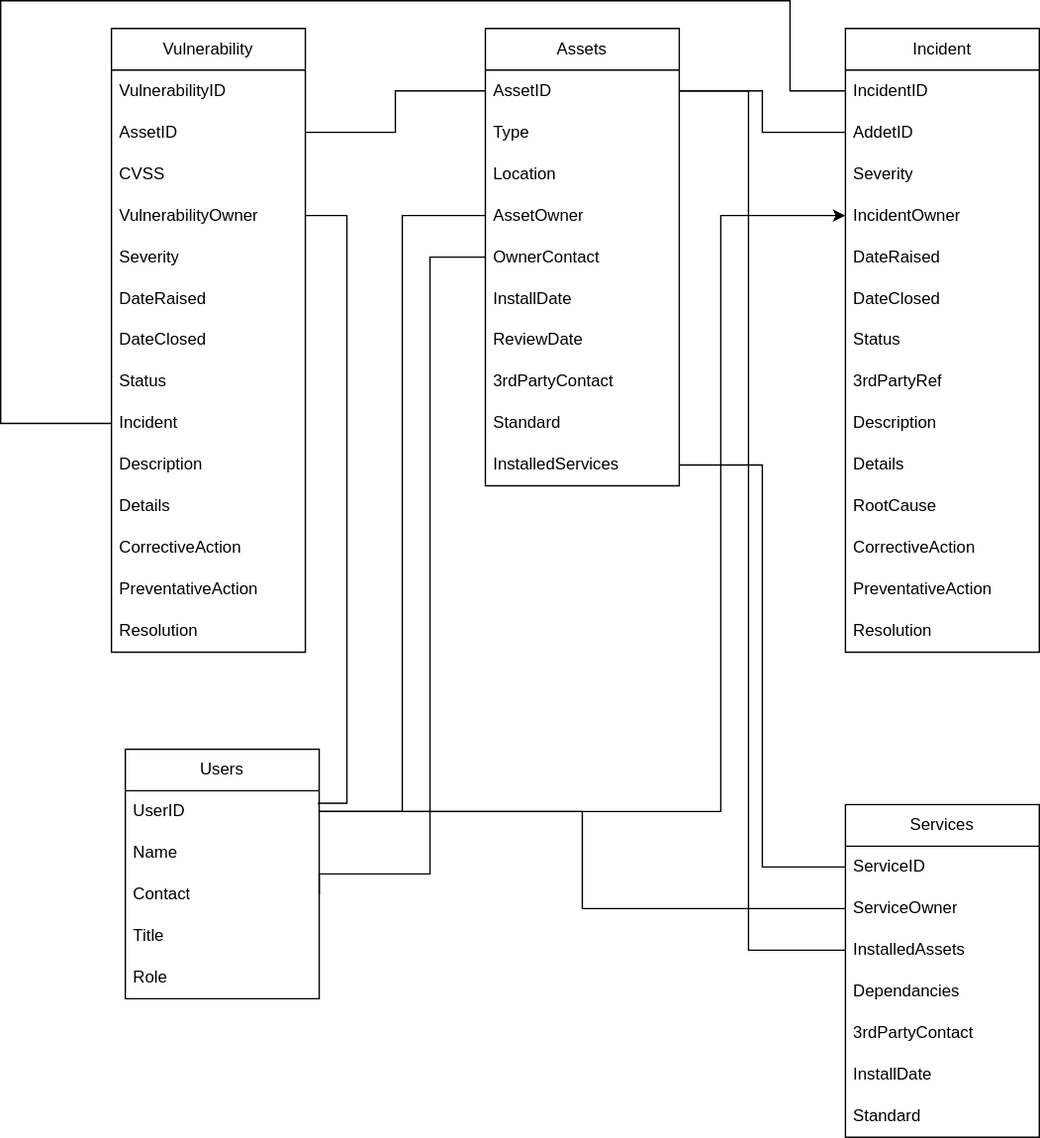
Earlier version of the draw.io export ITSM/Assignment1/Assets/CMDB.svg (MCollins87/MSC_EnterpriseIT). Source tidied: cells renumbered, new cells last; positions are measured from the earlier drawing's top-left corner, leaving out a move shared by most shapes.
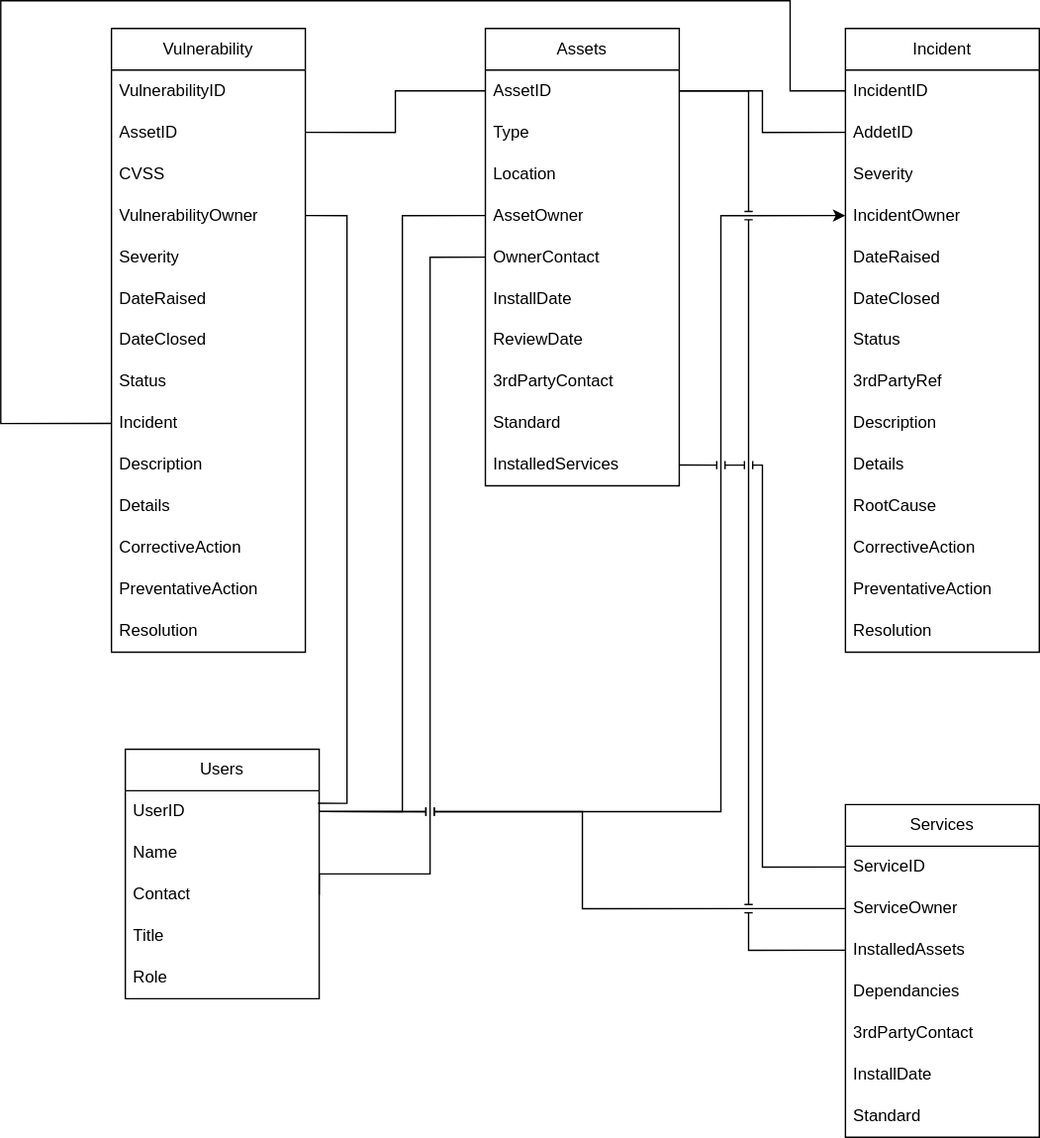
The same diagram one commit later.

Diff of the diagram source:
```diff
@@ -80,7 +80,7 @@
     <mxCell id="27" value="Resolution" style="text;strokeColor=none;fillColor=none;align=left;verticalAlign=middle;spacingLeft=4;spacingRight=4;overflow=hidden;whiteSpace=wrap;html=1;" parent="13" vertex="1">
       <mxGeometry y="420" width="140" height="30" as="geometry" />
     </mxCell>
-    <mxCell id="28" style="edgeStyle=orthogonalEdgeStyle;rounded=0;jettySize=auto;html=1;exitX=1;exitY=0.5;exitDx=0;exitDy=0;entryX=0;entryY=0.5;entryDx=0;entryDy=0;endArrow=none;endFill=0;" parent="1" edge="1" source="3" target="15">
+    <mxCell id="28" style="edgeStyle=orthogonalEdgeStyle;rounded=0;jettySize=auto;html=1;exitX=1;exitY=0.5;exitDx=0;exitDy=0;entryX=0;entryY=0.5;entryDx=0;entryDy=0;endArrow=none;endFill=0;jumpStyle=line;" parent="1" edge="1" source="3" target="15">
       <mxGeometry relative="1" as="geometry" />
     </mxCell>
     <mxCell id="29" value="Vulnerability" style="swimlane;fontStyle=0;horizontal=1;startSize=30;whiteSpace=wrap;html=1;" parent="1" vertex="1">
@@ -131,7 +131,7 @@
     <mxCell id="44" style="edgeStyle=orthogonalEdgeStyle;rounded=0;jettySize=auto;html=1;exitX=0;exitY=0.5;exitDx=0;exitDy=0;entryX=1;entryY=0.5;entryDx=0;entryDy=0;endArrow=none;endFill=0;" parent="1" edge="1" source="3" target="31">
       <mxGeometry relative="1" as="geometry" />
     </mxCell>
-    <mxCell id="45" style="edgeStyle=orthogonalEdgeStyle;rounded=0;jettySize=auto;html=1;entryX=0;entryY=0.5;entryDx=0;entryDy=0;endArrow=none;endFill=0;exitX=0;exitY=0.5;exitDx=0;exitDy=0;" parent="1" edge="1" source="38" target="14">
+    <mxCell id="45" style="edgeStyle=orthogonalEdgeStyle;rounded=0;jettySize=auto;html=1;entryX=0;entryY=0.5;entryDx=0;entryDy=0;endArrow=none;endFill=0;exitX=0;exitY=0.5;exitDx=0;exitDy=0;jumpStyle=line;" parent="1" edge="1" source="38" target="14">
       <mxGeometry relative="1" as="geometry">
         <Array as="points">
           <mxPoint y="305" />
@@ -159,7 +159,7 @@
     <mxCell id="51" value="Role" style="text;strokeColor=none;fillColor=none;align=left;verticalAlign=middle;spacingLeft=4;spacingRight=4;overflow=hidden;whiteSpace=wrap;html=1;" parent="46" vertex="1">
       <mxGeometry y="150" width="140" height="30" as="geometry" />
     </mxCell>
-    <mxCell id="52" style="edgeStyle=orthogonalEdgeStyle;rounded=0;jettySize=auto;html=1;exitX=0;exitY=0.5;exitDx=0;exitDy=0;entryX=1;entryY=0.5;entryDx=0;entryDy=0;endArrow=none;endFill=0;" parent="1" edge="1" source="7" target="49">
+    <mxCell id="52" style="edgeStyle=orthogonalEdgeStyle;rounded=0;jettySize=auto;html=1;exitX=0;exitY=0.5;exitDx=0;exitDy=0;entryX=1;entryY=0.5;entryDx=0;entryDy=0;endArrow=none;endFill=0;jumpStyle=line;" parent="1" edge="1" source="7" target="49">
       <mxGeometry relative="1" as="geometry">
         <Array as="points">
           <mxPoint x="310" y="185" />
@@ -192,10 +192,10 @@
     <mxCell id="60" value="Standard" style="text;strokeColor=none;fillColor=none;align=left;verticalAlign=middle;spacingLeft=4;spacingRight=4;overflow=hidden;whiteSpace=wrap;html=1;" parent="53" vertex="1">
       <mxGeometry y="210" width="140" height="30" as="geometry" />
     </mxCell>
-    <mxCell id="61" style="edgeStyle=orthogonalEdgeStyle;rounded=0;jettySize=auto;html=1;exitX=0;exitY=0.5;exitDx=0;exitDy=0;entryX=1;entryY=0.5;entryDx=0;entryDy=0;endArrow=none;endFill=0;" parent="1" edge="1" source="6" target="47">
+    <mxCell id="61" style="edgeStyle=orthogonalEdgeStyle;rounded=0;jettySize=auto;html=1;exitX=0;exitY=0.5;exitDx=0;exitDy=0;entryX=1;entryY=0.5;entryDx=0;entryDy=0;endArrow=none;endFill=0;jumpStyle=line;" parent="1" edge="1" source="6" target="47">
       <mxGeometry relative="1" as="geometry" />
     </mxCell>
-    <mxCell id="62" style="edgeStyle=orthogonalEdgeStyle;rounded=0;jettySize=auto;html=1;exitX=1;exitY=0.5;exitDx=0;exitDy=0;entryX=0;entryY=0.5;entryDx=0;entryDy=0;startArrow=none;startFill=0;" parent="1" edge="1" source="47" target="17">
+    <mxCell id="62" style="edgeStyle=orthogonalEdgeStyle;rounded=0;jettySize=auto;html=1;exitX=1;exitY=0.5;exitDx=0;exitDy=0;entryX=0;entryY=0.5;entryDx=0;entryDy=0;startArrow=none;startFill=0;jumpStyle=line;" parent="1" edge="1" source="47" target="17">
       <mxGeometry relative="1" as="geometry">
         <Array as="points">
           <mxPoint x="520" y="585" />
@@ -203,13 +203,13 @@
         </Array>
       </mxGeometry>
     </mxCell>
-    <mxCell id="63" style="edgeStyle=orthogonalEdgeStyle;rounded=0;jettySize=auto;html=1;exitX=1;exitY=0.5;exitDx=0;exitDy=0;entryX=0.993;entryY=0.3;entryDx=0;entryDy=0;entryPerimeter=0;endArrow=none;endFill=0;" parent="1" edge="1" source="33" target="47">
+    <mxCell id="63" style="edgeStyle=orthogonalEdgeStyle;rounded=0;jettySize=auto;html=1;exitX=1;exitY=0.5;exitDx=0;exitDy=0;entryX=0.993;entryY=0.3;entryDx=0;entryDy=0;entryPerimeter=0;endArrow=none;endFill=0;jumpStyle=line;" parent="1" edge="1" source="33" target="47">
       <mxGeometry relative="1" as="geometry" />
     </mxCell>
-    <mxCell id="64" style="edgeStyle=orthogonalEdgeStyle;rounded=0;jettySize=auto;html=1;exitX=0;exitY=0.5;exitDx=0;exitDy=0;entryX=1;entryY=0.5;entryDx=0;entryDy=0;endArrow=none;endFill=0;" parent="1" edge="1" source="55" target="47">
+    <mxCell id="64" style="edgeStyle=orthogonalEdgeStyle;rounded=0;jettySize=auto;html=1;exitX=0;exitY=0.5;exitDx=0;exitDy=0;entryX=1;entryY=0.5;entryDx=0;entryDy=0;endArrow=none;endFill=0;jumpStyle=line;" parent="1" edge="1" source="55" target="47">
       <mxGeometry relative="1" as="geometry" />
     </mxCell>
-    <mxCell id="65" style="edgeStyle=orthogonalEdgeStyle;rounded=0;jettySize=auto;html=1;exitX=0;exitY=0.5;exitDx=0;exitDy=0;entryX=1;entryY=0.5;entryDx=0;entryDy=0;endArrow=none;endFill=0;" parent="1" edge="1" source="56" target="3">
+    <mxCell id="65" style="edgeStyle=orthogonalEdgeStyle;rounded=0;jettySize=auto;html=1;exitX=0;exitY=0.5;exitDx=0;exitDy=0;entryX=1;entryY=0.5;entryDx=0;entryDy=0;endArrow=none;endFill=0;jumpStyle=line;" parent="1" edge="1" source="56" target="3">
       <mxGeometry relative="1" as="geometry">
         <Array as="points">
           <mxPoint x="540" y="685" />
@@ -217,7 +217,7 @@
         </Array>
       </mxGeometry>
     </mxCell>
-    <mxCell id="66" style="edgeStyle=orthogonalEdgeStyle;rounded=0;jettySize=auto;html=1;exitX=1;exitY=0.5;exitDx=0;exitDy=0;entryX=0;entryY=0.5;entryDx=0;entryDy=0;endArrow=none;endFill=0;" parent="1" edge="1" source="12" target="54">
+    <mxCell id="66" style="edgeStyle=orthogonalEdgeStyle;rounded=0;jettySize=auto;html=1;exitX=1;exitY=0.5;exitDx=0;exitDy=0;entryX=0;entryY=0.5;entryDx=0;entryDy=0;endArrow=none;endFill=0;jumpStyle=line;" parent="1" edge="1" source="12" target="54">
       <mxGeometry relative="1" as="geometry" />
     </mxCell>
   </root>
```
